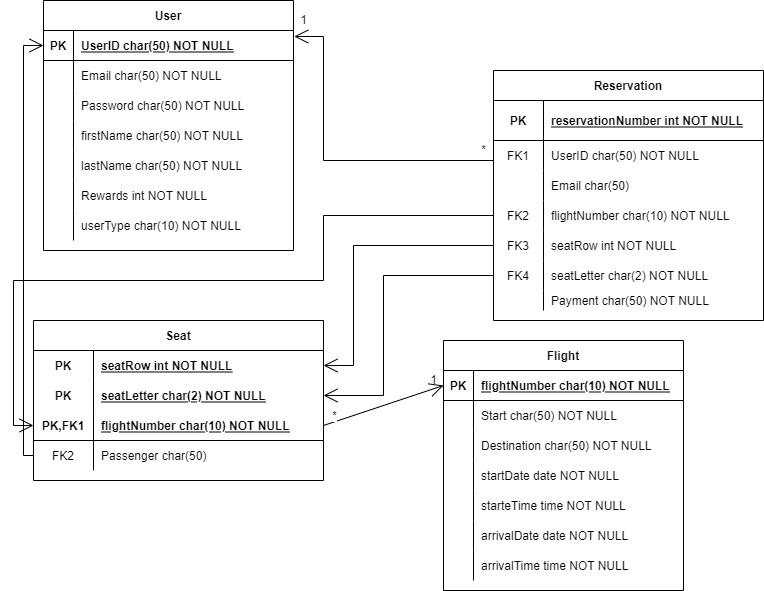
Earlier version of the draw.io export db_designs/Schema.drawio.png (gopinathsjsu/The-3-person-team). Source tidied: cells renumbered, new cells last; positions are measured from the earlier drawing's top-left corner, leaving out a move shared by most shapes.
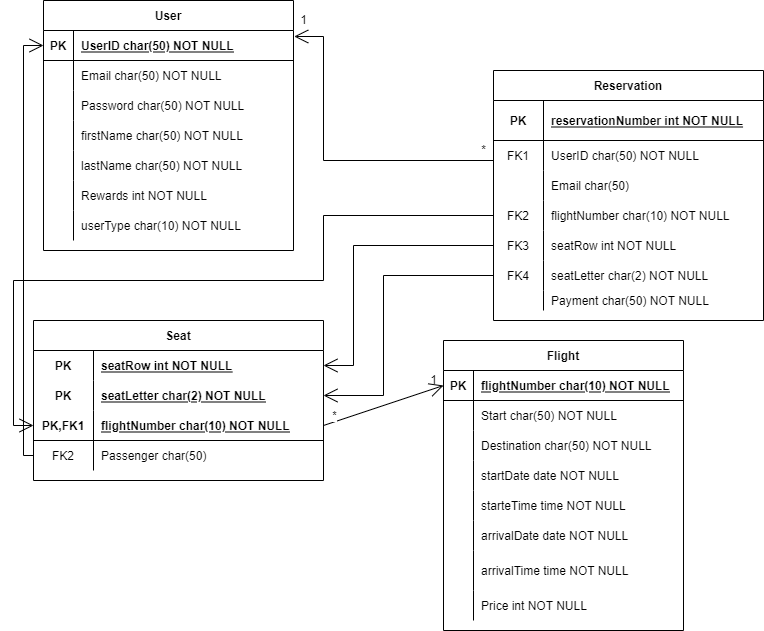
After the change.

Commit message:
update schema. add price to flight

Diff of the diagram source:
```diff
@@ -174,7 +174,7 @@
       <mxGeometry x="60" width="230" height="30" as="geometry" />
     </mxCell>
     <mxCell id="59" value="Flight" style="shape=table;startSize=30;rowLines=0;fontStyle=1;align=center;" parent="1" vertex="1">
-      <mxGeometry x="430" y="340" width="240" height="250" as="geometry" />
+      <mxGeometry x="430" y="340" width="240" height="290" as="geometry" />
     </mxCell>
     <mxCell id="60" style="shape=partialRectangle;fillColor=none;top=0;left=0;bottom=1;right=0;points=[[0,0.5],[1,0.5]];portConstraint=eastwest;" parent="59" vertex="1">
       <mxGeometry y="30" width="240" height="30" as="geometry" />
@@ -231,14 +231,23 @@
       <mxGeometry x="30" width="210" height="30" as="geometry" />
     </mxCell>
     <mxCell id="78" style="shape=partialRectangle;fillColor=none;top=0;left=0;bottom=0;right=0;" parent="59" vertex="1">
-      <mxGeometry y="210" width="240" height="30" as="geometry" />
+      <mxGeometry y="210" width="240" height="40" as="geometry" />
     </mxCell>
     <mxCell id="79" style="shape=partialRectangle;fillColor=none;top=0;left=0;bottom=0;right=0;overflow=hidden;" parent="78" vertex="1">
-      <mxGeometry width="30" height="30" as="geometry" />
+      <mxGeometry width="30" height="40" as="geometry" />
     </mxCell>
     <mxCell id="80" value="arrivalTime time NOT NULL" style="shape=partialRectangle;fillColor=none;top=0;left=0;bottom=0;right=0;align=left;spacingLeft=6;overflow=hidden;" parent="78" vertex="1">
-      <mxGeometry x="30" width="210" height="30" as="geometry" />
+      <mxGeometry x="30" width="210" height="40" as="geometry" />
     </mxCell>
+    <mxCell id="91" style="shape=partialRectangle;fillColor=none;top=0;left=0;bottom=0;right=0;" parent="59" vertex="1">
+      <mxGeometry y="250" width="240" height="30" as="geometry" />
+    </mxCell>
+    <mxCell id="92" style="shape=partialRectangle;fillColor=none;top=0;left=0;bottom=0;right=0;overflow=hidden;" parent="91" vertex="1">
+      <mxGeometry width="30" height="30" as="geometry" />
+    </mxCell>
+    <mxCell id="93" value="Price int NOT NULL" style="shape=partialRectangle;fillColor=none;top=0;left=0;bottom=0;right=0;align=left;spacingLeft=6;overflow=hidden;" parent="91" vertex="1">
+      <mxGeometry x="30" width="210" height="30" as="geometry" />
+    </mxCell>
     <mxCell id="81" style="endArrow=open;endFill=1;endSize=12;html=1;rounded=0;exitX=1;exitY=0.5;exitDx=0;exitDy=0;entryX=0;entryY=0.5;entryDx=0;entryDy=0;" parent="1" edge="1" source="53" target="60">
       <mxGeometry relative="1" as="geometry" />
     </mxCell>
```
